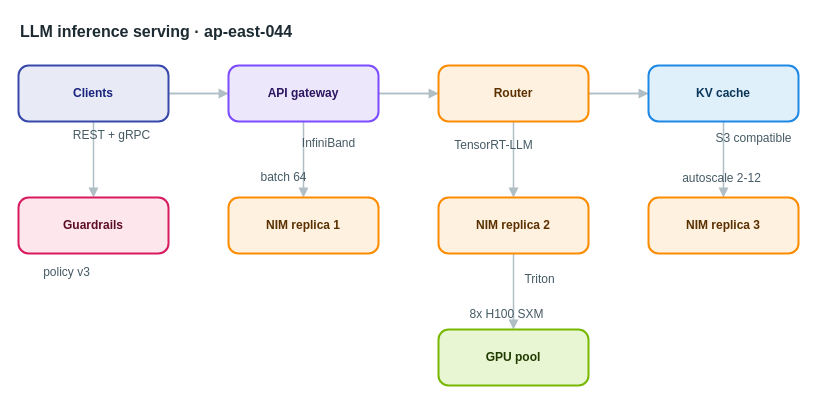
AryanG01/open-apprentice keeps this draw.io diagram as apps/web/public/samples/library/044-llm-inference-serving.drawio. Above is the earlier version. Source tidied: cells renumbered, new cells numbered last; positions are measured from the earlier drawing's top-left corner, leaving out a move shared by most shapes. Both pictures are drawn from the tidied source at 100%, with x=0, y=0 at pixel (18, 17).
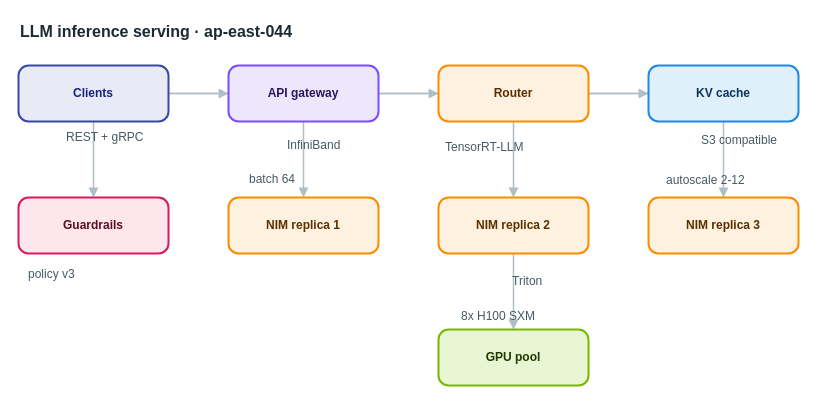
Above is the later version.

Change to the diagram source:
```diff
@@
-    <mxCell id="20" value="REST + gRPC" style="text;html=1;align=center;verticalAlign=middle;whiteSpace=nowrap;strokeColor=none;fillColor=none;fontSize=12;fontColor=#455a64;" parent="1" vertex="1">
+    <mxCell id="20" value="REST + gRPC" style="text;html=1;align=left;verticalAlign=top;whiteSpace=nowrap;spacing=0;spacingTop=0;strokeColor=none;fillColor=none;fontSize=12;fontColor=#455a64;" parent="1" vertex="1">
       <mxGeometry x="48" y="108" width="89" height="20" as="geometry" />
     </mxCell>
-    <mxCell id="21" value="InfiniBand" style="text;html=1;align=center;verticalAlign=middle;whiteSpace=nowrap;strokeColor=none;fillColor=none;fontSize=12;fontColor=#455a64;" parent="1" vertex="1">
+    <mxCell id="21" value="InfiniBand" style="text;html=1;align=left;verticalAlign=top;whiteSpace=nowrap;spacing=0;spacingTop=0;strokeColor=none;fillColor=none;fontSize=12;fontColor=#455a64;" parent="1" vertex="1">
       <mxGeometry x="269" y="116" width="82" height="20" as="geometry" />
     </mxCell>
-    <mxCell id="22" value="TensorRT-LLM" style="text;html=1;align=center;verticalAlign=middle;whiteSpace=nowrap;strokeColor=none;fillColor=none;fontSize=12;fontColor=#455a64;" parent="1" vertex="1">
+    <mxCell id="22" value="TensorRT-LLM" style="text;html=1;align=left;verticalAlign=top;whiteSpace=nowrap;spacing=0;spacingTop=0;strokeColor=none;fillColor=none;fontSize=12;fontColor=#455a64;" parent="1" vertex="1">
       <mxGeometry x="427" y="118" width="96" height="20" as="geometry" />
     </mxCell>
-    <mxCell id="23" value="batch 64" style="text;html=1;align=center;verticalAlign=middle;whiteSpace=nowrap;strokeColor=none;fillColor=none;fontSize=12;fontColor=#455a64;" parent="1" vertex="1">
+    <mxCell id="23" value="batch 64" style="text;html=1;align=left;verticalAlign=top;whiteSpace=nowrap;spacing=0;spacingTop=0;strokeColor=none;fillColor=none;fontSize=12;fontColor=#455a64;" parent="1" vertex="1">
       <mxGeometry x="231" y="150" width="68" height="20" as="geometry" />
     </mxCell>
-    <mxCell id="24" value="Triton" style="text;html=1;align=center;verticalAlign=middle;whiteSpace=nowrap;strokeColor=none;fillColor=none;fontSize=12;fontColor=#455a64;" parent="1" vertex="1">
+    <mxCell id="24" value="Triton" style="text;html=1;align=left;verticalAlign=top;whiteSpace=nowrap;spacing=0;spacingTop=0;strokeColor=none;fillColor=none;fontSize=12;fontColor=#455a64;" parent="1" vertex="1">
       <mxGeometry x="494" y="252" width="54" height="20" as="geometry" />
     </mxCell>
-    <mxCell id="25" value="autoscale 2-12" style="text;html=1;align=center;verticalAlign=middle;whiteSpace=nowrap;strokeColor=none;fillColor=none;fontSize=12;fontColor=#455a64;" parent="1" vertex="1">
+    <mxCell id="25" value="autoscale 2-12" style="text;html=1;align=left;verticalAlign=top;whiteSpace=nowrap;spacing=0;spacingTop=0;strokeColor=none;fillColor=none;fontSize=12;fontColor=#455a64;" parent="1" vertex="1">
       <mxGeometry x="648" y="151" width="110" height="20" as="geometry" />
     </mxCell>
-    <mxCell id="26" value="S3 compatible" style="text;html=1;align=center;verticalAlign=middle;whiteSpace=nowrap;strokeColor=none;fillColor=none;fontSize=12;fontColor=#455a64;" parent="1" vertex="1">
+    <mxCell id="26" value="S3 compatible" style="text;html=1;align=left;verticalAlign=top;whiteSpace=nowrap;spacing=0;spacingTop=0;strokeColor=none;fillColor=none;fontSize=12;fontColor=#455a64;" parent="1" vertex="1">
       <mxGeometry x="683" y="111" width="103" height="20" as="geometry" />
     </mxCell>
-    <mxCell id="27" value="8x H100 SXM" style="text;html=1;align=center;verticalAlign=middle;whiteSpace=nowrap;strokeColor=none;fillColor=none;fontSize=12;fontColor=#455a64;" parent="1" vertex="1">
+    <mxCell id="27" value="8x H100 SXM" style="text;html=1;align=left;verticalAlign=top;whiteSpace=nowrap;spacing=0;spacingTop=0;strokeColor=none;fillColor=none;fontSize=12;fontColor=#455a64;" parent="1" vertex="1">
       <mxGeometry x="443" y="287" width="89" height="20" as="geometry" />
     </mxCell>
-    <mxCell id="28" value="policy v3" style="text;html=1;align=center;verticalAlign=middle;whiteSpace=nowrap;strokeColor=none;fillColor=none;fontSize=12;fontColor=#455a64;" parent="1" vertex="1">
+    <mxCell id="28" value="policy v3" style="text;html=1;align=left;verticalAlign=top;whiteSpace=nowrap;spacing=0;spacingTop=0;strokeColor=none;fillColor=none;fontSize=12;fontColor=#455a64;" parent="1" vertex="1">
       <mxGeometry x="10" y="245" width="75" height="20" as="geometry" />
     </mxCell>
```
